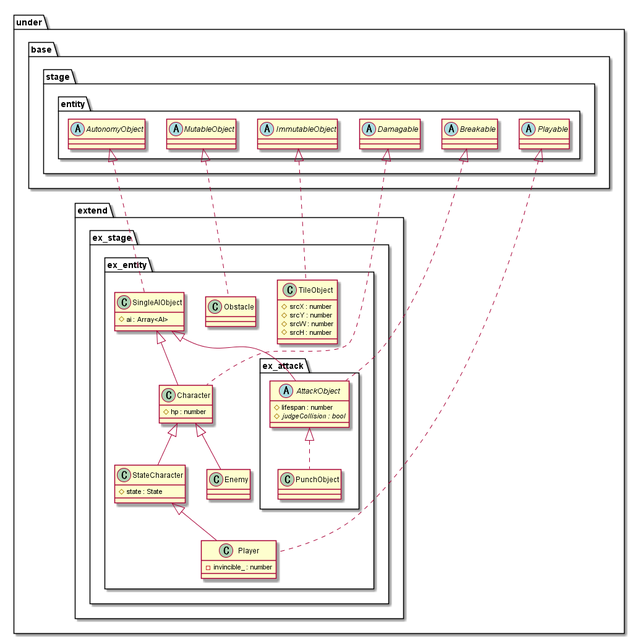
The PlantUML diagram out/uml/entity/Extend/EntityExtend.png in Expine/Under, before a commit.
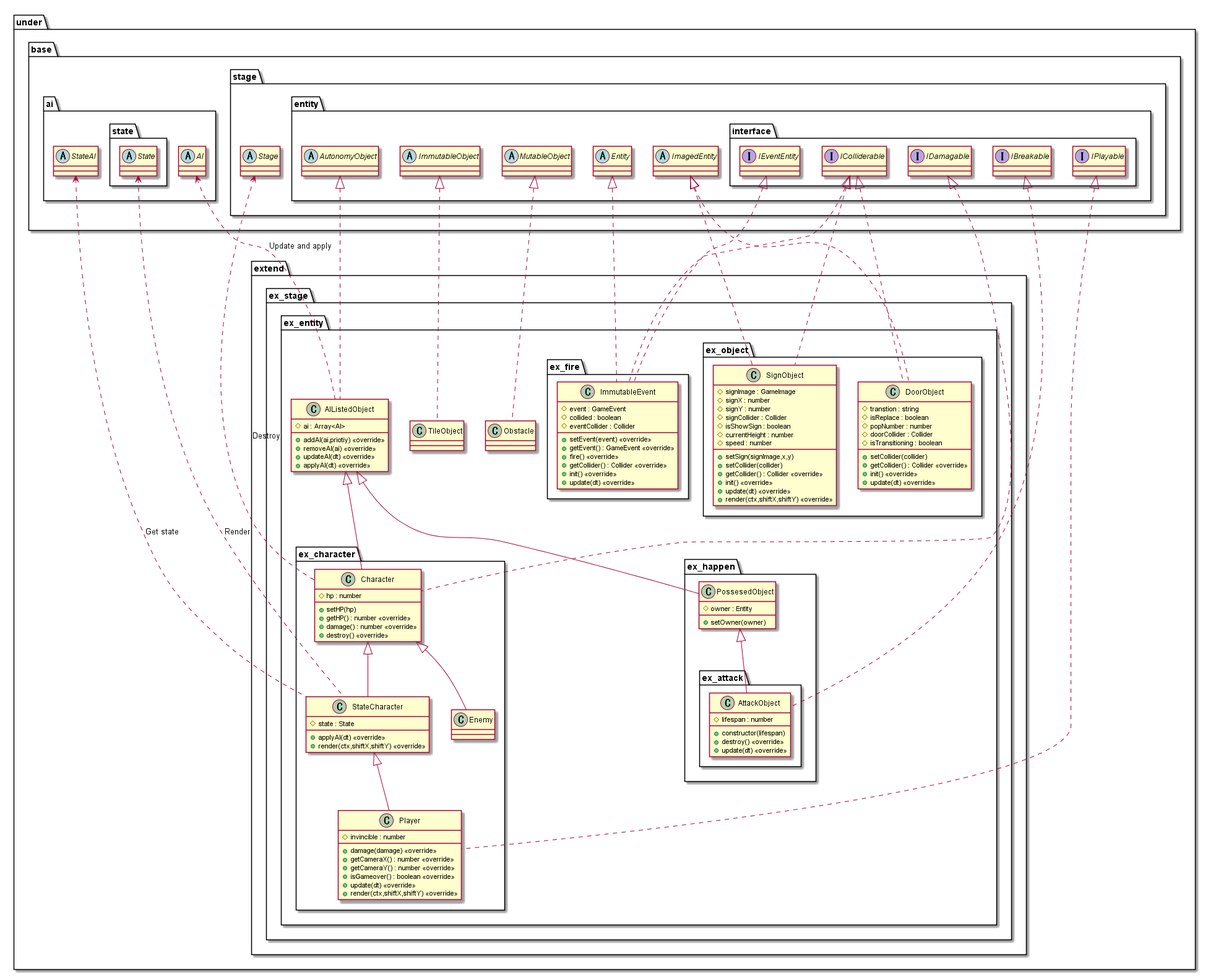
Above is the later version.

Diff of the diagram source:
```diff
@@ -3,33 +3,93 @@
     package extend {
         package ex_stage {
             package ex_entity {
-                class TileObject {
-                    #srcX : number
-                    #srcY : number
-                    #srcW : number
-                    #srcH : number
+                class TileObject
+                class Obstacle
+                class AIListedObject {
+                    #ai : Array<AI>
+                    +addAI(ai,priotiy) <<override>>
+                    +removeAI(ai) <<override>>
+                    +updateAI(dt) <<override>>
+                    +applyAI(dt) <<override>>
                 }
-                class Obstacle
-                class SingleAIObject {
-                    #ai : Array<AI>
+                package ex_character {
+                    class Character {
+                        #hp : number
+                        +setHP(hp)
+                        +getHP() : number <<override>>
+                        +damage() : number <<override>>
+                        +destroy() <<override>>
+                    }
+                    class StateCharacter {
+                        #state : State
+                        +applyAI(dt) <<override>>
+                        +render(ctx,shiftX,shiftY) <<override>>
+                    }
+                    class Enemy
+                    class Player {
+                        #invincible : number
+                        +damage(damage) <<override>>
+                        +getCameraX() : number <<override>>
+                        +getCameraY() : number <<override>>
+                        +isGameover() : boolean <<override>>
+                        +update(dt) <<override>>
+                        +render(ctx,shiftX,shiftY) <<override>>
+                    }
                 }
-                class Character {
-                    #hp : number
+                package ex_fire {
+                    class ImmutableEvent {
+                        #event : GameEvent
+                        #collided : boolean
+                        #eventCollider : Collider
+                        +setEvent(event) <<override>>
+                        +getEvent() : GameEvent <<override>>
+                        +fire() <<override>>
+                        +getCollider() : Collider <<override>>
+                        +init() <<override>>
+                        +update(dt) <<override>>
+                    }
                 }
-                class StateCharacter {
-                    #state : State
+                package ex_happen {
+                    package ex_attack {
+                        class AttackObject {
+                            +constructor(lifespan)
+                            #lifespan : number
+                            +destroy() <<override>>
+                            +update(dt) <<override>>
+                        }
+                    }
+                    class PossesedObject {
+                        #owner : Entity
+                        +setOwner(owner)
+                    }
                 }
-                class Enemy
-                class Player {
-                    -invincible_ : number
-                }
-
-                package ex_attack {
-                    abstract AttackObject {
-                        #lifespan : number
-                        {abstract} #judgeCollision : bool
+                package ex_object {
+                    class DoorObject {
+                        #transtion : string
+                        #isReplace : boolean
+                        #popNumber : number
+                        #doorCollider : Collider
+                        #isTransitioning : boolean
+                        +setCollider(collider)
+                        +getCollider() : Collider <<override>>
+                        +init() <<override>>
+                        +update(dt) <<override>>
                     }
-                    class PunchObject
+                    class SignObject {
+                        #signImage : GameImage
+                        #signX : number
+                        #signY : number
+                        #signCollider : Collider
+                        #isShowSign : boolean
+                        #currentHeight : number
+                        #speed : number
+                        +setSign(signImage,x,y)
+                        +setCollider(collider)
+                        +getCollider() : Collider <<override>>
+                        +init() <<override>>
+                        +update(dt) <<override>>
+                        +render(ctx,shiftX,shiftY) <<override>>
+                    }
                 }
             }
         }
@@ -38,32 +98,60 @@
 
 package under {
     package base {
+        package ai {
+            abstract AI
+            abstract StateAI
+            package state {
+                abstract State
+            }
+        }
         package stage {
+            abstract Stage
             package entity {
+                abstract Entity
+                abstract ImagedEntity
                 abstract ImmutableObject
                 abstract MutableObject
                 abstract AutonomyObject
-                abstract Damagable
-                abstract Breakable
-                abstract Playable
+                package interface {
+                    interface IDamagable
+                    interface IBreakable
+                    interface IPlayable
+                    interface IEventEntity
+                    interface IColliderable
+                }
             }
         }
     }
 }
 
+AI <.. AIListedObject : Update and apply
+Stage <.. Character : Destroy
+StateAI <.. StateCharacter : Get state
+State <.. StateCharacter : Render
+
 ImmutableObject <|.. TileObject
 MutableObject <|.. Obstacle
-AutonomyObject <|.. SingleAIObject
+AutonomyObject <|.. AIListedObject
 
-SingleAIObject <|-- Character
-Damagable <|.. Character
+AIListedObject <|-- Character
+IDamagable <|.. Character
 Character <|-- StateCharacter
 StateCharacter <|-- Player
-Playable <|.. Player
+IPlayable <|.. Player
 Character <|-- Enemy
-SingleAIObject <|-- AttackObject
-Breakable <|.. AttackObject
-AttackObject <|.. PunchObject
 
+Entity <|.. ImmutableEvent
+IEventEntity <|.. ImmutableEvent
+IColliderable <|.. ImmutableEvent
+
+AIListedObject <|-- PossesedObject
+PossesedObject <|-- AttackObject
+IBreakable <|.. AttackObject
+
+ImagedEntity <|.. DoorObject
+IColliderable <|.. DoorObject
+ImagedEntity <|.. SignObject
+IColliderable <|.. SignObject
 
 @enduml
```
